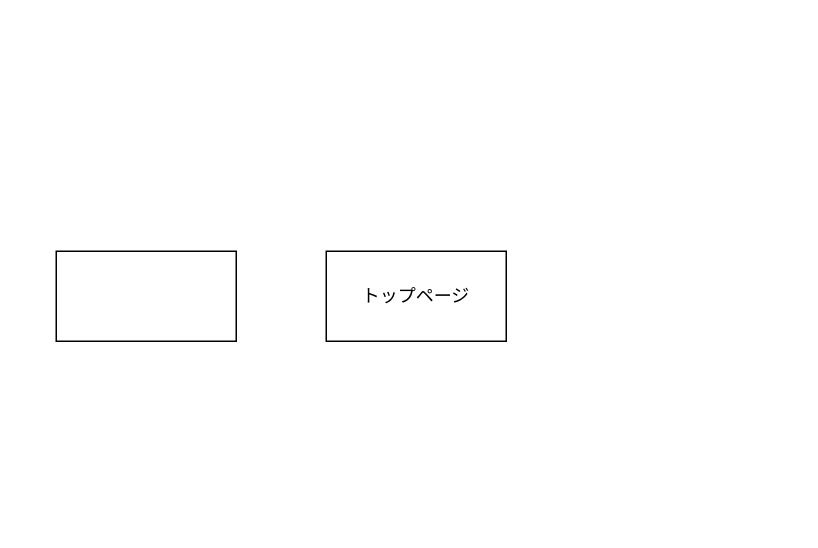
This is screentransition.dio from o281700/readingbook-32118, a draw.io file, before an edit. Source tidied: cells renumbered, new cells numbered last; positions are measured from the earlier drawing's top-left corner, leaving out a move shared by most shapes. Both pictures are drawn from the tidied source at 150%, with x=0, y=0 at pixel (56, 250).
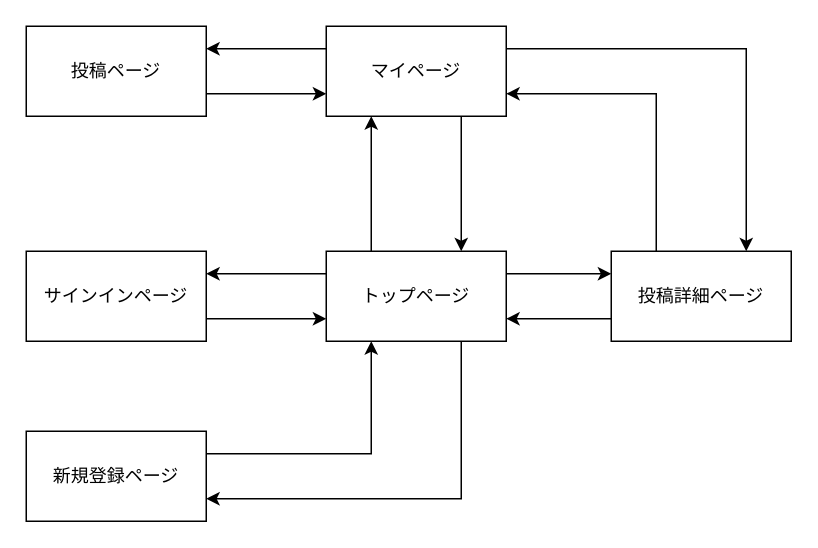
The same page after the edit.

Commit message:
画面遷移図修正

The edit, as a diff of the source:
```diff
@@
 <mxGraphModel>
   <root>
     <mxCell id="0" />
     <mxCell id="1" parent="0" />
+    <mxCell id="4" style="edgeStyle=orthogonalEdgeStyle;rounded=0;jettySize=auto;html=1;exitX=0.75;exitY=1;exitDx=0;exitDy=0;entryX=1;entryY=0.75;entryDx=0;entryDy=0;startArrow=none;startFill=0;startSize=6;endSize=6;" parent="1" edge="1" source="2" target="10">
+      <mxGeometry relative="1" as="geometry" />
+    </mxCell>
+    <mxCell id="5" style="edgeStyle=orthogonalEdgeStyle;rounded=0;jettySize=auto;html=1;exitX=0;exitY=0.25;exitDx=0;exitDy=0;entryX=1;entryY=0.25;entryDx=0;entryDy=0;startArrow=none;startFill=0;startSize=6;endSize=6;" parent="1" edge="1" source="2" target="3">
+      <mxGeometry relative="1" as="geometry" />
+    </mxCell>
+    <mxCell id="6" style="edgeStyle=orthogonalEdgeStyle;rounded=0;jettySize=auto;html=1;exitX=1;exitY=0.25;exitDx=0;exitDy=0;entryX=0;entryY=0.25;entryDx=0;entryDy=0;startArrow=none;startFill=0;startSize=6;endSize=6;" parent="1" edge="1" source="2" target="19">
+      <mxGeometry relative="1" as="geometry" />
+    </mxCell>
+    <mxCell id="7" style="edgeStyle=orthogonalEdgeStyle;rounded=0;jettySize=auto;html=1;exitX=0.25;exitY=0;exitDx=0;exitDy=0;entryX=0.25;entryY=1;entryDx=0;entryDy=0;startArrow=none;startFill=0;startSize=6;endSize=6;" parent="1" edge="1" source="2" target="16">
+      <mxGeometry relative="1" as="geometry" />
+    </mxCell>
     <mxCell id="2" value="トップページ" style="rounded=0;whiteSpace=wrap;html=1;" parent="1" vertex="1">
       <mxGeometry x="180" width="120" height="60" as="geometry" />
     </mxCell>
+    <mxCell id="8" style="edgeStyle=orthogonalEdgeStyle;rounded=0;jettySize=auto;html=1;exitX=1;exitY=0.75;exitDx=0;exitDy=0;entryX=0;entryY=0.75;entryDx=0;entryDy=0;startArrow=none;startFill=0;startSize=6;endSize=6;" parent="1" edge="1" source="3" target="2">
+      <mxGeometry relative="1" as="geometry" />
+    </mxCell>
-    <mxCell id="3" style="rounded=0;whiteSpace=wrap;html=1;" parent="1" vertex="1">
-      <mxGeometry width="120" height="60" as="geometry" />
+    <mxCell id="3" value="サインインページ" style="rounded=0;whiteSpace=wrap;html=1;" parent="1" vertex="1">
+      <mxGeometry x="-20" width="120" height="60" as="geometry" />
     </mxCell>
+    <mxCell id="9" style="edgeStyle=orthogonalEdgeStyle;rounded=0;jettySize=auto;html=1;exitX=1;exitY=0.25;exitDx=0;exitDy=0;entryX=0.25;entryY=1;entryDx=0;entryDy=0;startArrow=none;startFill=0;startSize=6;endSize=6;" parent="1" edge="1" source="10" target="2">
+      <mxGeometry relative="1" as="geometry" />
+    </mxCell>
+    <mxCell id="10" value="新規登録ページ" style="rounded=0;whiteSpace=wrap;html=1;" parent="1" vertex="1">
+      <mxGeometry x="-20" y="120" width="120" height="60" as="geometry" />
+    </mxCell>
+    <mxCell id="11" style="edgeStyle=orthogonalEdgeStyle;rounded=0;jettySize=auto;html=1;exitX=1;exitY=0.75;exitDx=0;exitDy=0;entryX=0;entryY=0.75;entryDx=0;entryDy=0;startSize=6;endSize=6;" parent="1" edge="1" source="12" target="16">
+      <mxGeometry relative="1" as="geometry" />
+    </mxCell>
+    <mxCell id="12" value="投稿ページ" style="rounded=0;whiteSpace=wrap;html=1;" parent="1" vertex="1">
+      <mxGeometry x="-20" y="-150" width="120" height="60" as="geometry" />
+    </mxCell>
+    <mxCell id="13" style="edgeStyle=orthogonalEdgeStyle;rounded=0;jettySize=auto;html=1;exitX=0;exitY=0.25;exitDx=0;exitDy=0;entryX=1;entryY=0.25;entryDx=0;entryDy=0;startSize=6;endSize=6;" parent="1" edge="1" source="16" target="12">
+      <mxGeometry relative="1" as="geometry" />
+    </mxCell>
+    <mxCell id="14" style="edgeStyle=orthogonalEdgeStyle;rounded=0;jettySize=auto;html=1;exitX=1;exitY=0.25;exitDx=0;exitDy=0;entryX=0.75;entryY=0;entryDx=0;entryDy=0;startArrow=none;startFill=0;startSize=6;endSize=6;" parent="1" edge="1" source="16" target="19">
+      <mxGeometry relative="1" as="geometry" />
+    </mxCell>
+    <mxCell id="15" style="edgeStyle=orthogonalEdgeStyle;rounded=0;jettySize=auto;html=1;exitX=0.75;exitY=1;exitDx=0;exitDy=0;entryX=0.75;entryY=0;entryDx=0;entryDy=0;startArrow=none;startFill=0;startSize=6;endSize=6;" parent="1" edge="1" source="16" target="2">
+      <mxGeometry relative="1" as="geometry" />
+    </mxCell>
+    <mxCell id="16" value="マイページ" style="rounded=0;whiteSpace=wrap;html=1;" parent="1" vertex="1">
+      <mxGeometry x="180" y="-150" width="120" height="60" as="geometry" />
+    </mxCell>
+    <mxCell id="17" style="edgeStyle=orthogonalEdgeStyle;rounded=0;jettySize=auto;html=1;exitX=0;exitY=0.75;exitDx=0;exitDy=0;entryX=1;entryY=0.75;entryDx=0;entryDy=0;startArrow=none;startFill=0;startSize=6;endSize=6;" parent="1" edge="1" source="19" target="2">
+      <mxGeometry relative="1" as="geometry" />
+    </mxCell>
+    <mxCell id="18" style="edgeStyle=orthogonalEdgeStyle;rounded=0;jettySize=auto;html=1;exitX=0.25;exitY=0;exitDx=0;exitDy=0;entryX=1;entryY=0.75;entryDx=0;entryDy=0;startArrow=none;startFill=0;startSize=6;endSize=6;" parent="1" edge="1" source="19" target="16">
+      <mxGeometry relative="1" as="geometry" />
+    </mxCell>
+    <mxCell id="19" value="投稿詳細ページ" style="rounded=0;whiteSpace=wrap;html=1;" parent="1" vertex="1">
+      <mxGeometry x="370" width="120" height="60" as="geometry" />
+    </mxCell>
   </root>
 </mxGraphModel>
```
